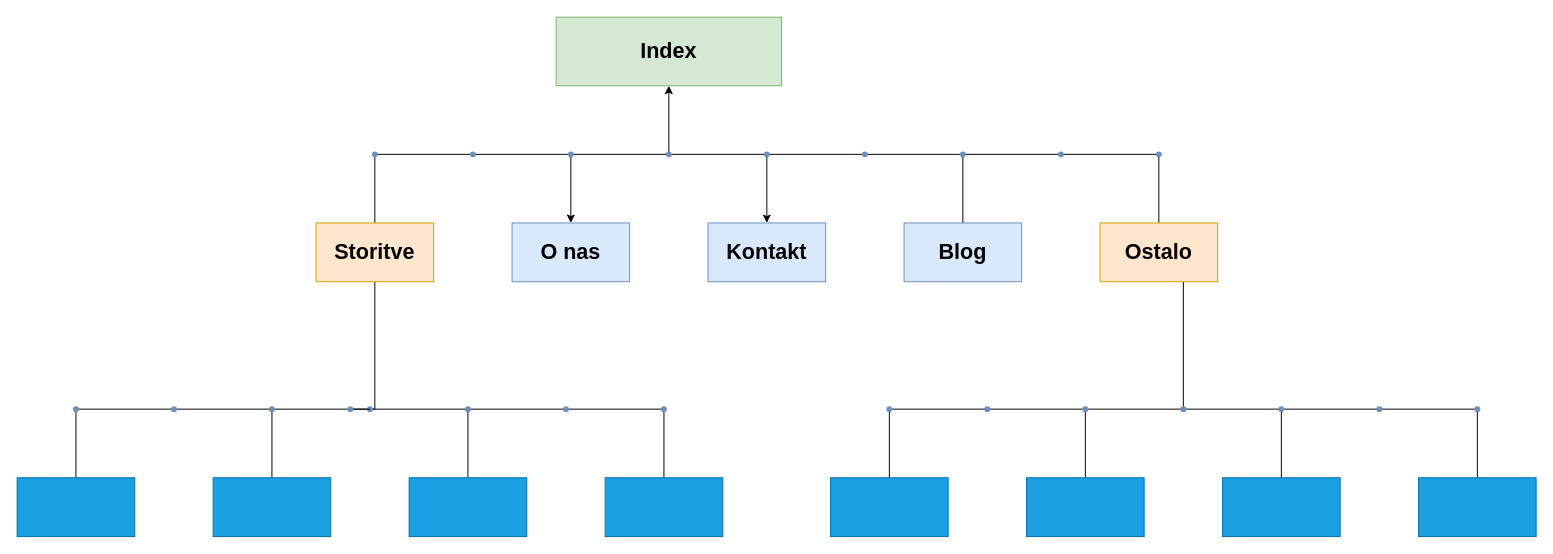
The draw.io diagram Untitled Diagram.drawio in Cyborne0/Web-Haven, before the edit. Source tidied: cells renumbered, new cells numbered last; positions are measured from the earlier drawing's top-left corner, leaving out a move shared by most shapes. Both pictures are drawn from the tidied source at 98%, with x=0, y=0 at pixel (17, 17).
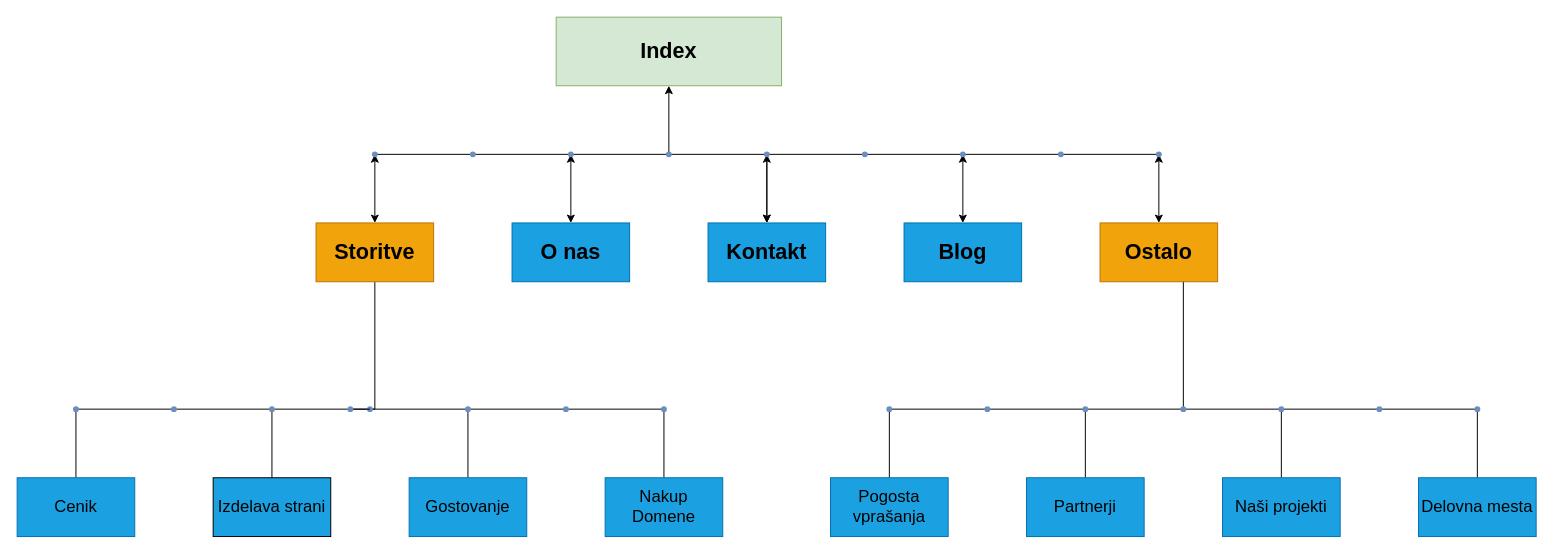
Above is the later version.

The change refers to these unchanged cells:
```xml
<mxCell id="9" style="shape=waypoint;sketch=0;size=6;points=[];fillColor=#dae8fc;perimeter=centerPerimeter;snapToPoint=1;fontSize=22;strokeColor=#6c8ebf;rounded=0;labelBackgroundColor=none;fontStyle=1;glass=0;shadow=0;" parent="1" vertex="1">
  <mxGeometry x="555" y="130" width="20" height="20" as="geometry" />
</mxCell>
<mxCell id="12" style="shape=waypoint;sketch=0;size=6;points=[];fillColor=#dae8fc;perimeter=centerPerimeter;snapToPoint=1;fontSize=22;strokeColor=#6c8ebf;rounded=0;labelBackgroundColor=none;fontStyle=1;glass=0;shadow=0;" parent="1" vertex="1">
  <mxGeometry x="755" y="130" width="20" height="20" as="geometry" />
</mxCell>
<mxCell id="19" style="shape=waypoint;sketch=0;size=6;points=[];fillColor=#dae8fc;perimeter=centerPerimeter;snapToPoint=1;fontSize=22;strokeColor=#6c8ebf;rounded=0;labelBackgroundColor=none;fontStyle=1;glass=0;shadow=0;" parent="1" vertex="1">
  <mxGeometry x="955" y="130" width="20" height="20" as="geometry" />
</mxCell>
<mxCell id="24" style="shape=waypoint;sketch=0;size=6;points=[];fillColor=#dae8fc;perimeter=centerPerimeter;snapToPoint=1;fontSize=22;strokeColor=#6c8ebf;rounded=0;labelBackgroundColor=none;fontStyle=1;glass=0;shadow=0;" parent="1" vertex="1">
  <mxGeometry x="355" y="130" width="20" height="20" as="geometry" />
</mxCell>
<mxCell id="28" style="shape=waypoint;sketch=0;size=6;points=[];fillColor=#dae8fc;perimeter=centerPerimeter;snapToPoint=1;fontSize=22;strokeColor=#6c8ebf;rounded=0;labelBackgroundColor=none;fontStyle=1;glass=0;shadow=0;" parent="1" vertex="1">
  <mxGeometry x="1155" y="130" width="20" height="20" as="geometry" />
</mxCell>
```

Diff of the diagram source:
```diff
@@
-    <mxCell id="7" style="edgeStyle=orthogonalEdgeStyle;rounded=0;jettySize=auto;html=1;" parent="1" edge="1" source="9" target="14">
+    <mxCell id="7" style="edgeStyle=orthogonalEdgeStyle;rounded=0;jettySize=auto;html=1;startArrow=classic;startFill=1;" parent="1" edge="1" source="9" target="14">
       <mxGeometry relative="1" as="geometry" />
     </mxCell>
@@
+    <mxCell id="77" style="edgeStyle=orthogonalEdgeStyle;rounded=0;jettySize=auto;html=1;startArrow=classic;startFill=1;" parent="1" edge="1" source="12" target="13">
+      <mxGeometry relative="1" as="geometry" />
+    </mxCell>
@@
-    <mxCell id="13" value="Kontakt" style="whiteSpace=wrap;html=1;fontSize=22;fillColor=#dae8fc;strokeColor=#6c8ebf;sketch=0;rounded=0;labelBackgroundColor=none;fontStyle=1;glass=0;shadow=0;" parent="1" vertex="1">
+    <mxCell id="13" value="Kontakt" style="whiteSpace=wrap;html=1;fontSize=22;fillColor=#1ba1e2;strokeColor=#006EAF;sketch=0;rounded=0;labelBackgroundColor=none;fontStyle=1;glass=0;shadow=0;fontColor=#000000;" parent="1" vertex="1">
       <mxGeometry x="705" y="210" width="120" height="60" as="geometry" />
     </mxCell>
-    <mxCell id="14" value="O nas" style="whiteSpace=wrap;html=1;fontSize=22;fillColor=#dae8fc;strokeColor=#6c8ebf;sketch=0;rounded=0;labelBackgroundColor=none;fontStyle=1;glass=0;shadow=0;" parent="1" vertex="1">
+    <mxCell id="14" value="O nas" style="whiteSpace=wrap;html=1;fontSize=22;fillColor=#1ba1e2;strokeColor=#006EAF;sketch=0;rounded=0;labelBackgroundColor=none;fontStyle=1;glass=0;shadow=0;fontColor=#000000;" parent="1" vertex="1">
       <mxGeometry x="505" y="210" width="120" height="60" as="geometry" />
     </mxCell>
@@
-    <mxCell id="17" style="edgeStyle=orthogonalEdgeStyle;rounded=0;jettySize=auto;html=1;strokeColor=default;align=center;verticalAlign=middle;fontFamily=Helvetica;fontSize=11;fontColor=default;labelBackgroundColor=default;endArrow=none;endFill=0;" parent="1" edge="1" source="19" target="20">
+    <mxCell id="17" style="edgeStyle=orthogonalEdgeStyle;rounded=0;jettySize=auto;html=1;strokeColor=default;align=center;verticalAlign=middle;fontFamily=Helvetica;fontSize=11;fontColor=default;labelBackgroundColor=default;endArrow=classic;endFill=1;startArrow=classic;startFill=1;" parent="1" edge="1" source="19" target="20">
       <mxGeometry relative="1" as="geometry" />
     </mxCell>
@@
-    <mxCell id="20" value="Blog" style="rounded=0;whiteSpace=wrap;html=1;fontSize=22;fillColor=#dae8fc;strokeColor=#6c8ebf;sketch=0;labelBackgroundColor=none;fontStyle=1;glass=0;shadow=0;" parent="1" vertex="1">
+    <mxCell id="20" value="Blog" style="rounded=0;whiteSpace=wrap;html=1;fontSize=22;fillColor=#1ba1e2;strokeColor=#006EAF;sketch=0;labelBackgroundColor=none;fontStyle=1;glass=0;shadow=0;fontColor=#000000;" parent="1" vertex="1">
       <mxGeometry x="905" y="210" width="120" height="60" as="geometry" />
     </mxCell>
@@
-    <mxCell id="23" style="edgeStyle=orthogonalEdgeStyle;rounded=0;jettySize=auto;html=1;strokeColor=default;align=center;verticalAlign=middle;fontFamily=Helvetica;fontSize=11;fontColor=default;labelBackgroundColor=default;endArrow=none;endFill=0;" parent="1" edge="1" source="24" target="30">
+    <mxCell id="23" style="edgeStyle=orthogonalEdgeStyle;rounded=0;jettySize=auto;html=1;strokeColor=default;align=center;verticalAlign=middle;fontFamily=Helvetica;fontSize=11;fontColor=default;labelBackgroundColor=default;endArrow=classic;endFill=1;startArrow=classic;startFill=1;" parent="1" edge="1" source="24" target="30">
       <mxGeometry relative="1" as="geometry" />
     </mxCell>
@@
-    <mxCell id="27" style="edgeStyle=orthogonalEdgeStyle;rounded=0;jettySize=auto;html=1;strokeColor=default;align=center;verticalAlign=middle;fontFamily=Helvetica;fontSize=11;fontColor=default;labelBackgroundColor=default;endArrow=none;endFill=0;" parent="1" edge="1" source="28" target="32">
+    <mxCell id="27" style="edgeStyle=orthogonalEdgeStyle;rounded=0;jettySize=auto;html=1;strokeColor=default;align=center;verticalAlign=middle;fontFamily=Helvetica;fontSize=11;fontColor=default;labelBackgroundColor=default;endArrow=classic;endFill=1;startArrow=classic;startFill=1;" parent="1" edge="1" source="28" target="32">
       <mxGeometry relative="1" as="geometry" />
     </mxCell>
@@
-    <mxCell id="30" value="Storitve" style="whiteSpace=wrap;html=1;fontSize=22;fillColor=#ffe6cc;strokeColor=#d79b00;sketch=0;rounded=0;labelBackgroundColor=none;fontStyle=1;glass=0;shadow=0;" parent="1" vertex="1">
+    <mxCell id="30" value="Storitve" style="whiteSpace=wrap;html=1;fontSize=22;fillColor=#f0a30a;strokeColor=#BD7000;sketch=0;rounded=0;labelBackgroundColor=none;fontStyle=1;glass=0;shadow=0;fontColor=#000000;" parent="1" vertex="1">
       <mxGeometry x="305" y="210" width="120" height="60" as="geometry" />
     </mxCell>
@@
-    <mxCell id="32" value="Ostalo" style="whiteSpace=wrap;html=1;fontSize=22;fillColor=#ffe6cc;strokeColor=#d79b00;sketch=0;rounded=0;labelBackgroundColor=none;fontStyle=1;glass=0;shadow=0;" parent="1" vertex="1">
+    <mxCell id="32" value="Ostalo" style="whiteSpace=wrap;html=1;fontSize=22;fillColor=#f0a30a;strokeColor=#BD7000;sketch=0;rounded=0;labelBackgroundColor=none;fontStyle=1;glass=0;shadow=0;fontColor=#000000;" parent="1" vertex="1">
       <mxGeometry x="1105" y="210" width="120" height="60" as="geometry" />
     </mxCell>
@@
-    <mxCell id="42" style="whiteSpace=wrap;html=1;fontSize=22;fillColor=#1ba1e2;strokeColor=#006EAF;sketch=0;rounded=0;labelBackgroundColor=none;fontStyle=1;glass=0;shadow=0;fontColor=#ffffff;" parent="1" vertex="1">
+    <mxCell id="42" value="Gostovanje" style="whiteSpace=wrap;html=1;fontSize=17;fillColor=#1ba1e2;strokeColor=#006EAF;sketch=0;rounded=0;labelBackgroundColor=none;fontStyle=0;glass=0;shadow=0;fontColor=#000000;" parent="1" vertex="1">
       <mxGeometry x="400" y="470" width="120" height="60" as="geometry" />
     </mxCell>
+    <mxCell id="78" style="edgeStyle=orthogonalEdgeStyle;rounded=0;jettySize=auto;html=1;exitX=0;exitY=0.75;exitDx=0;exitDy=0;" parent="1" edge="1" source="43">
+      <mxGeometry relative="1" as="geometry">
+        <mxPoint x="320.3" y="485.3" as="targetPoint" />
+      </mxGeometry>
+    </mxCell>
-    <mxCell id="43" style="whiteSpace=wrap;html=1;fontSize=22;fillColor=#1ba1e2;strokeColor=#006EAF;sketch=0;rounded=0;labelBackgroundColor=none;fontStyle=1;glass=0;shadow=0;fontColor=#ffffff;" parent="1" vertex="1">
+    <mxCell id="43" value="Izdelava strani" style="whiteSpace=wrap;html=1;fontSize=17;fillColor=#1ba1e2;strokeColor=#000000;sketch=0;rounded=0;labelBackgroundColor=none;fontStyle=0;glass=0;shadow=0;fontColor=#000000;direction=west;strokeWidth=1;" parent="1" vertex="1">
       <mxGeometry x="200" y="470" width="120" height="60" as="geometry" />
     </mxCell>
@@
-    <mxCell id="50" style="whiteSpace=wrap;html=1;fontSize=22;fillColor=#1ba1e2;strokeColor=#006EAF;sketch=0;rounded=0;labelBackgroundColor=none;fontStyle=1;glass=0;shadow=0;fontColor=#ffffff;" parent="1" vertex="1">
+    <mxCell id="50" value="Cenik" style="whiteSpace=wrap;html=1;fontSize=17;fillColor=#1ba1e2;strokeColor=#006EAF;sketch=0;rounded=0;labelBackgroundColor=none;fontStyle=0;glass=0;shadow=0;fontColor=#000000;" parent="1" vertex="1">
       <mxGeometry y="470" width="120" height="60" as="geometry" />
     </mxCell>
@@
-    <mxCell id="53" style="whiteSpace=wrap;html=1;fontSize=22;fillColor=#1ba1e2;strokeColor=#006EAF;sketch=0;rounded=0;labelBackgroundColor=none;fontStyle=1;glass=0;shadow=0;fontColor=#ffffff;" parent="1" vertex="1">
+    <mxCell id="53" value="Nakup Domene" style="whiteSpace=wrap;html=1;fontSize=17;fillColor=#1ba1e2;strokeColor=#006EAF;sketch=0;rounded=0;labelBackgroundColor=none;fontStyle=0;glass=0;shadow=0;fontColor=#000000;" parent="1" vertex="1">
       <mxGeometry x="600" y="470" width="120" height="60" as="geometry" />
     </mxCell>
@@
-    <mxCell id="60" style="whiteSpace=wrap;html=1;fontSize=22;fillColor=#1ba1e2;strokeColor=#006EAF;sketch=0;rounded=0;labelBackgroundColor=none;fontStyle=1;glass=0;shadow=0;fontColor=#ffffff;" parent="1" vertex="1">
+    <mxCell id="60" value="Partnerji" style="whiteSpace=wrap;html=1;fontSize=17;fillColor=#1ba1e2;strokeColor=#006EAF;sketch=0;rounded=0;labelBackgroundColor=none;fontStyle=0;glass=0;shadow=0;fontColor=#000000;" parent="1" vertex="1">
       <mxGeometry x="1030" y="470" width="120" height="60" as="geometry" />
     </mxCell>
@@
-    <mxCell id="64" style="whiteSpace=wrap;html=1;fontSize=22;fillColor=#1ba1e2;strokeColor=#006EAF;sketch=0;rounded=0;labelBackgroundColor=none;fontStyle=1;glass=0;shadow=0;fontColor=#ffffff;" parent="1" vertex="1">
+    <mxCell id="64" value="Naši projekti" style="whiteSpace=wrap;html=1;fontSize=17;fillColor=#1ba1e2;strokeColor=#006EAF;sketch=0;rounded=0;labelBackgroundColor=none;fontStyle=0;glass=0;shadow=0;fontColor=#000000;" parent="1" vertex="1">
       <mxGeometry x="1230" y="470" width="120" height="60" as="geometry" />
     </mxCell>
@@
-    <mxCell id="69" style="whiteSpace=wrap;html=1;fontSize=22;fillColor=#1ba1e2;strokeColor=#006EAF;sketch=0;rounded=0;labelBackgroundColor=none;fontStyle=1;glass=0;shadow=0;fontColor=#ffffff;" parent="1" vertex="1">
+    <mxCell id="69" value="Pogosta vprašanja" style="whiteSpace=wrap;html=1;fontSize=17;fillColor=#1ba1e2;strokeColor=#006EAF;sketch=0;rounded=0;labelBackgroundColor=none;fontStyle=0;glass=0;shadow=0;fontColor=#000000;" parent="1" vertex="1">
       <mxGeometry x="830" y="470" width="120" height="60" as="geometry" />
     </mxCell>
@@
-    <mxCell id="74" style="whiteSpace=wrap;html=1;fontSize=22;fillColor=#1ba1e2;strokeColor=#006EAF;sketch=0;rounded=0;labelBackgroundColor=none;fontStyle=1;glass=0;shadow=0;fontColor=#ffffff;" parent="1" vertex="1">
+    <mxCell id="74" value="Delovna mesta" style="whiteSpace=wrap;html=1;fontSize=17;fillColor=#1ba1e2;strokeColor=#006EAF;sketch=0;rounded=0;labelBackgroundColor=none;fontStyle=0;glass=0;shadow=0;fontColor=#000000;" parent="1" vertex="1">
       <mxGeometry x="1430" y="470" width="120" height="60" as="geometry" />
     </mxCell>
```
